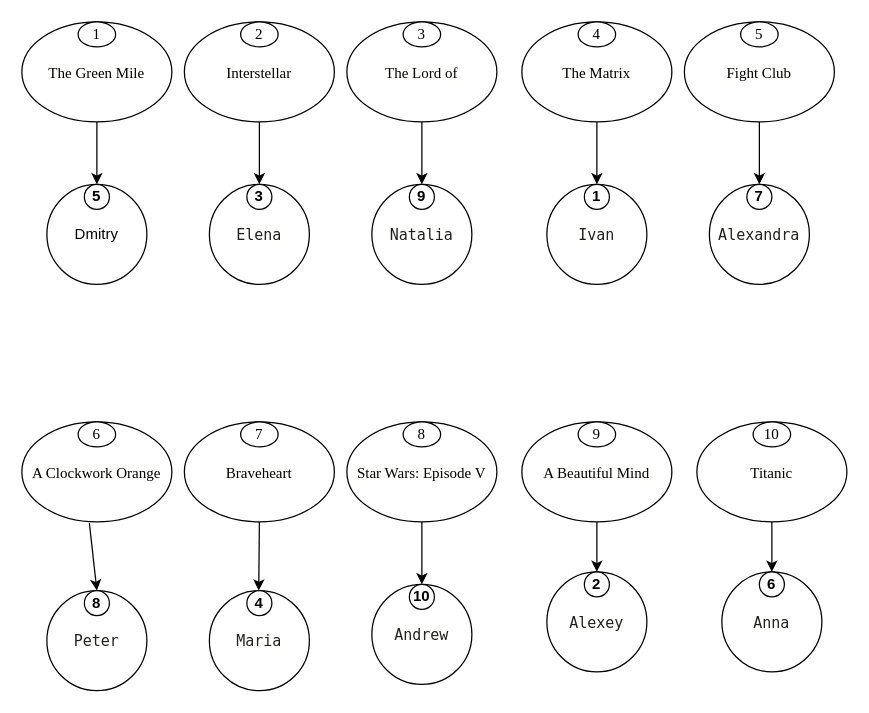
The draw.io diagram page "Reccomend_movie" (9 of 10) of diagrams.drawio in BondarevAD/graphDataBases, before the edit. Source tidied: cells renumbered, new cells numbered last; positions are measured from the earlier drawing's top-left corner, leaving out a move shared by most shapes. Both pictures are drawn from the tidied source at 125%, with x=0, y=0 at pixel (21, 21).
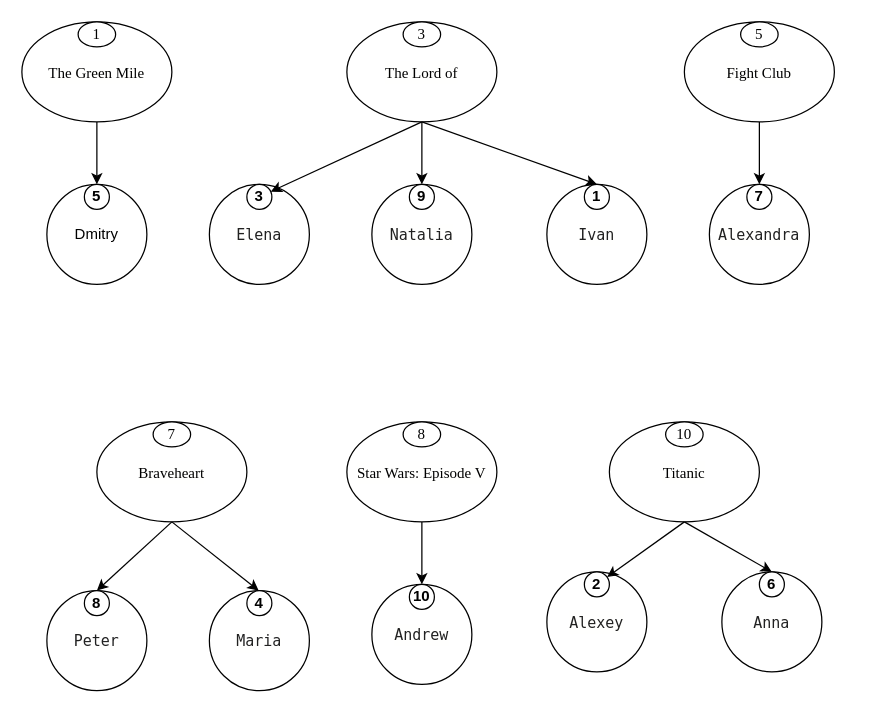
Above is the later version.

The change refers to these unchanged cells:
```xml
<mxCell id="18" value="&lt;div style=&quot;background-color: rgb(255, 255, 254); line-height: 18px;&quot;&gt;The Lord of&lt;/div&gt;" style="ellipse;whiteSpace=wrap;html=1;fontFamily=Times New Roman;fontColor=#000000;" parent="1" vertex="1">
  <mxGeometry x="260" width="120" height="80" as="geometry" />
</mxCell>
<mxCell id="33" value="&lt;b&gt;2&lt;/b&gt;" style="ellipse;whiteSpace=wrap;html=1;" parent="1" vertex="1">
  <mxGeometry x="450" y="440" width="20" height="20" as="geometry" />
</mxCell>
<mxCell id="34" value="&lt;b&gt;3&lt;/b&gt;" style="ellipse;whiteSpace=wrap;html=1;" parent="1" vertex="1">
  <mxGeometry x="180" y="130" width="20" height="20" as="geometry" />
</mxCell>
<mxCell id="39" value="&lt;b&gt;8&lt;/b&gt;" style="ellipse;whiteSpace=wrap;html=1;" parent="1" vertex="1">
  <mxGeometry x="50" y="455" width="20" height="20" as="geometry" />
</mxCell>
```

What changed in the source:
```diff
@@
-    <mxCell id="4" value="&lt;div style=&quot;background-color: rgb(255, 255, 254); line-height: 18px;&quot;&gt;Interstellar&lt;/div&gt;" style="ellipse;whiteSpace=wrap;html=1;fontFamily=Times New Roman;fontColor=#000000;" parent="1" vertex="1">
-      <mxGeometry x="130" width="120" height="80" as="geometry" />
-    </mxCell>
-    <mxCell id="5" value="2" style="ellipse;whiteSpace=wrap;html=1;fontFamily=Times New Roman;fontColor=#000000;" parent="1" vertex="1">
-      <mxGeometry x="175" width="30" height="20" as="geometry" />
-    </mxCell>
-    <mxCell id="6" value="&lt;div style=&quot;background-color: rgb(255, 255, 254); font-weight: normal; font-size: 12px; line-height: 18px;&quot;&gt;&lt;div&gt;&lt;span style=&quot;&quot;&gt;A Beautiful Mind&lt;/span&gt;&lt;/div&gt;&lt;/div&gt;" style="ellipse;whiteSpace=wrap;html=1;fontFamily=Times New Roman;fontColor=#000000;" parent="1" vertex="1">
-      <mxGeometry x="400" y="320" width="120" height="80" as="geometry" />
-    </mxCell>
-    <mxCell id="7" value="9" style="ellipse;whiteSpace=wrap;html=1;fontFamily=Times New Roman;fontColor=#000000;" parent="1" vertex="1">
-      <mxGeometry x="445" y="320" width="30" height="20" as="geometry" />
-    </mxCell>
@@
     <mxCell id="10" value="&lt;div style=&quot;background-color: rgb(255, 255, 254); font-weight: normal; font-size: 12px; line-height: 18px;&quot;&gt;&lt;div&gt;&lt;span style=&quot;&quot;&gt;Braveheart&lt;/span&gt;&lt;/div&gt;&lt;/div&gt;" style="ellipse;whiteSpace=wrap;html=1;fontFamily=Times New Roman;fontColor=#000000;" parent="1" vertex="1">
-      <mxGeometry x="130" y="320" width="120" height="80" as="geometry" />
+      <mxGeometry x="60" y="320" width="120" height="80" as="geometry" />
     </mxCell>
     <mxCell id="11" value="7" style="ellipse;whiteSpace=wrap;html=1;fontFamily=Times New Roman;fontColor=#000000;" parent="1" vertex="1">
-      <mxGeometry x="175" y="320" width="30" height="20" as="geometry" />
+      <mxGeometry x="105" y="320" width="30" height="20" as="geometry" />
     </mxCell>
-    <mxCell id="12" value="&lt;div style=&quot;background-color: rgb(255, 255, 254); font-weight: normal; font-size: 12px; line-height: 18px;&quot;&gt;&lt;div&gt;&lt;span style=&quot;&quot;&gt;A Clockwork Orange&lt;/span&gt;&lt;/div&gt;&lt;/div&gt;" style="ellipse;whiteSpace=wrap;html=1;fontFamily=Times New Roman;fontColor=#000000;" parent="1" vertex="1">
-      <mxGeometry y="320" width="120" height="80" as="geometry" />
-    </mxCell>
-    <mxCell id="13" value="6" style="ellipse;whiteSpace=wrap;html=1;fontFamily=Times New Roman;fontColor=#000000;" parent="1" vertex="1">
-      <mxGeometry x="45" y="320" width="30" height="20" as="geometry" />
-    </mxCell>
@@
-    <mxCell id="16" value="&lt;div style=&quot;background-color: rgb(255, 255, 254); line-height: 18px;&quot;&gt;The Matrix&lt;/div&gt;" style="ellipse;whiteSpace=wrap;html=1;fontFamily=Times New Roman;fontColor=#000000;" parent="1" vertex="1">
-      <mxGeometry x="400" width="120" height="80" as="geometry" />
-    </mxCell>
-    <mxCell id="17" value="4" style="ellipse;whiteSpace=wrap;html=1;fontFamily=Times New Roman;fontColor=#000000;" parent="1" vertex="1">
-      <mxGeometry x="445" width="30" height="20" as="geometry" />
-    </mxCell>
@@
     <mxCell id="20" value="&lt;div style=&quot;background-color: rgb(255, 255, 254); font-weight: normal; font-size: 12px; line-height: 18px;&quot;&gt;&lt;div&gt;&lt;span style=&quot;&quot;&gt;Titanic&lt;/span&gt;&lt;/div&gt;&lt;/div&gt;" style="ellipse;whiteSpace=wrap;html=1;fontFamily=Times New Roman;fontColor=#000000;" parent="1" vertex="1">
-      <mxGeometry x="540" y="320" width="120" height="80" as="geometry" />
+      <mxGeometry x="470" y="320" width="120" height="80" as="geometry" />
     </mxCell>
     <mxCell id="21" value="10" style="ellipse;whiteSpace=wrap;html=1;fontFamily=Times New Roman;fontColor=#000000;" parent="1" vertex="1">
-      <mxGeometry x="585" y="320" width="30" height="20" as="geometry" />
+      <mxGeometry x="515" y="320" width="30" height="20" as="geometry" />
     </mxCell>
@@
-    <mxCell id="43" style="endArrow=classic;html=1;rounded=0;exitX=0.5;exitY=1;exitDx=0;exitDy=0;" parent="1" edge="1" source="4" target="34">
+    <mxCell id="43" style="endArrow=classic;html=1;rounded=0;exitX=0.5;exitY=1;exitDx=0;exitDy=0;" parent="1" edge="1" source="18" target="34">
       <mxGeometry relative="1" as="geometry" />
     </mxCell>
@@
-    <mxCell id="45" style="endArrow=classic;html=1;rounded=0;exitX=0.5;exitY=1;exitDx=0;exitDy=0;" parent="1" edge="1" source="16">
+    <mxCell id="45" style="endArrow=classic;html=1;rounded=0;exitX=0.5;exitY=1;exitDx=0;exitDy=0;" parent="1" edge="1" source="18">
       <mxGeometry relative="1" as="geometry">
         <mxPoint x="460" y="130" as="targetPoint" />
       </mxGeometry>
     </mxCell>
@@
-    <mxCell id="47" style="endArrow=classic;html=1;rounded=0;exitX=0.45;exitY=1.013;exitDx=0;exitDy=0;exitPerimeter=0;entryX=0.5;entryY=0;entryDx=0;entryDy=0;" parent="1" edge="1" source="12" target="39">
+    <mxCell id="47" style="endArrow=classic;html=1;rounded=0;exitX=0.5;exitY=1;exitDx=0;exitDy=0;entryX=0.5;entryY=0;entryDx=0;entryDy=0;" parent="1" edge="1" source="10" target="39">
       <mxGeometry relative="1" as="geometry" />
     </mxCell>
@@
-    <mxCell id="50" style="endArrow=classic;html=1;rounded=0;exitX=0.5;exitY=1;exitDx=0;exitDy=0;" parent="1" edge="1" source="6" target="33">
+    <mxCell id="50" style="endArrow=classic;html=1;rounded=0;exitX=0.5;exitY=1;exitDx=0;exitDy=0;" parent="1" edge="1" source="20" target="33">
       <mxGeometry relative="1" as="geometry" />
     </mxCell>
```
